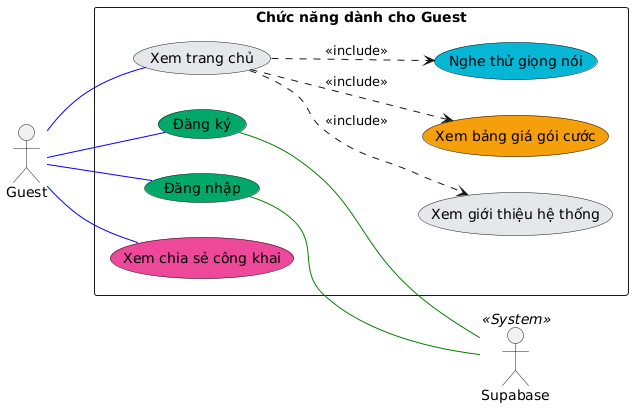
Earlier version of the PlantUML export temp/01-UseCase/UML-UseCase-Guest.png (20206205Tech/docs-uml).
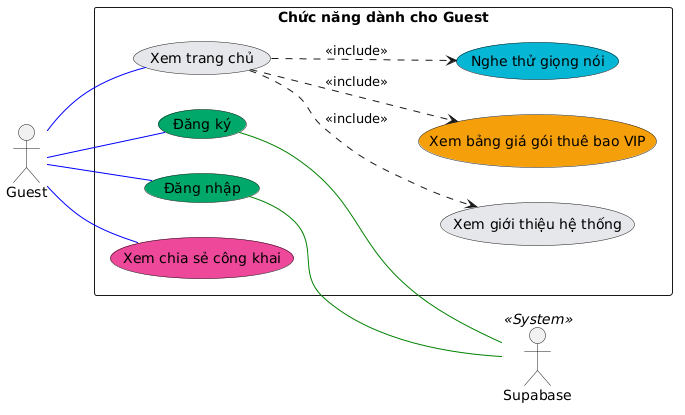
Later version of the same file.

The edit, as a diff of the source:
```diff
@@ -9,7 +9,7 @@
 rectangle "Chức năng dành cho Guest" {
   usecase "Xem trang chủ" as UC_Home #e5e7eb
   usecase "Xem giới thiệu hệ thống" as UC_Intro #e5e7eb
-  usecase "Xem bảng giá gói cước" as UC_Pricing #f59e0b
+  usecase "Xem bảng giá gói thuê bao VIP" as UC_Pricing #f59e0b
   usecase "Nghe thử giọng nói" as UC_SampleVoice #06b6d4
   usecase "Đăng ký" as UC_Register #00a86b
   usecase "Đăng nhập" as UC_Login #00a86b
```
